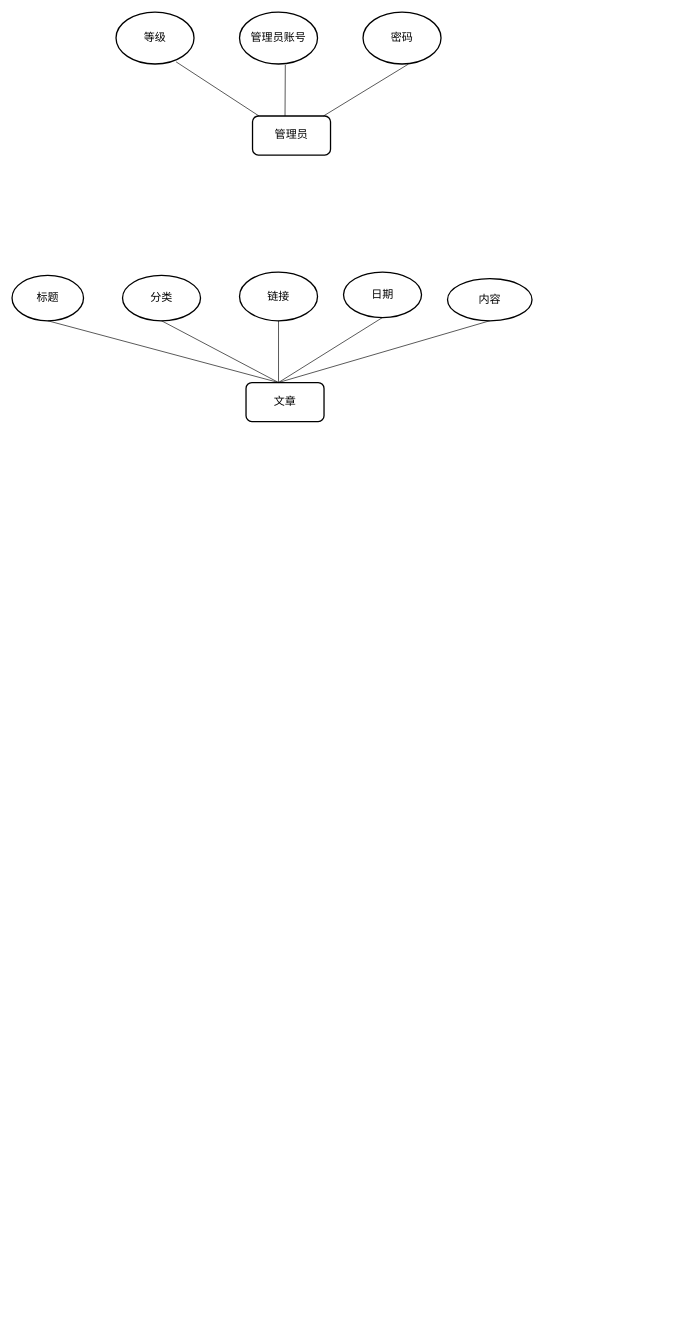
Pengzhenglong/Drawio keeps this draw.io diagram as Untitled Diagram.drawio. Above is the earlier version. Source tidied: cells renumbered, new cells numbered last; positions are measured from the earlier drawing's top-left corner, leaving out a move shared by most shapes. Both pictures are drawn from the tidied source at 65%, with x=0, y=0 at pixel (12, 12).
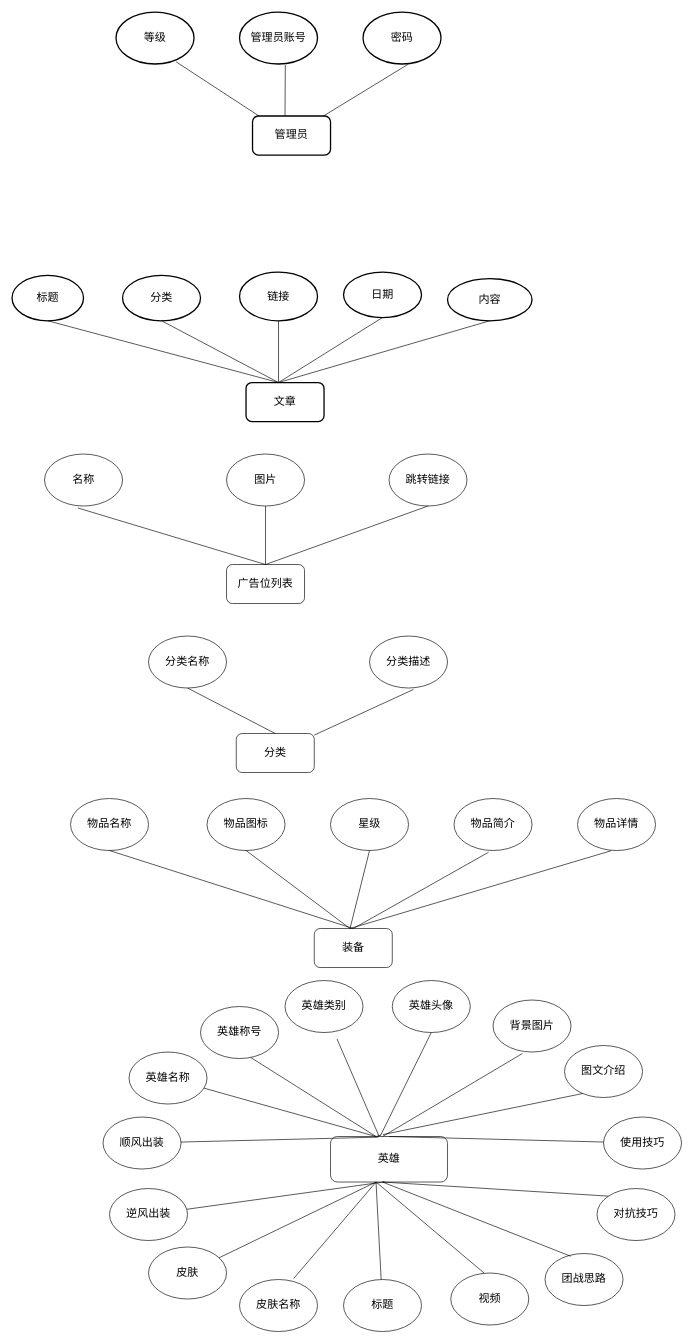
The same page after the edit.

Diff of the diagram source:
```diff
@@
+    <mxCell id="22" value="广告位列表" style="rounded=1;whiteSpace=wrap;html=1;fontSize=17;" parent="1" vertex="1">
+      <mxGeometry x="330" y="850" width="120" height="60" as="geometry" />
+    </mxCell>
+    <mxCell id="23" value="名称" style="ellipse;whiteSpace=wrap;html=1;fontSize=17;" parent="1" vertex="1">
+      <mxGeometry x="50" y="680" width="120" height="80" as="geometry" />
+    </mxCell>
+    <mxCell id="24" value="图片" style="ellipse;whiteSpace=wrap;html=1;fontSize=17;" parent="1" vertex="1">
+      <mxGeometry x="330" y="680" width="120" height="80" as="geometry" />
+    </mxCell>
+    <mxCell id="25" value="跳转链接" style="ellipse;whiteSpace=wrap;html=1;fontSize=17;" parent="1" vertex="1">
+      <mxGeometry x="580" y="680" width="120" height="80" as="geometry" />
+    </mxCell>
+    <mxCell id="26" value="分类" style="rounded=1;whiteSpace=wrap;html=1;fontSize=17;" parent="1" vertex="1">
+      <mxGeometry x="345" y="1110" width="120" height="60" as="geometry" />
+    </mxCell>
+    <mxCell id="27" value="分类名称" style="ellipse;whiteSpace=wrap;html=1;fontSize=17;" parent="1" vertex="1">
+      <mxGeometry x="210" y="960" width="120" height="80" as="geometry" />
+    </mxCell>
+    <mxCell id="28" value="分类描述" style="ellipse;whiteSpace=wrap;html=1;fontSize=17;" parent="1" vertex="1">
+      <mxGeometry x="550" y="960" width="120" height="80" as="geometry" />
+    </mxCell>
+    <mxCell id="29" value="装备" style="rounded=1;whiteSpace=wrap;html=1;fontSize=17;" parent="1" vertex="1">
+      <mxGeometry x="465" y="1410" width="120" height="60" as="geometry" />
+    </mxCell>
+    <mxCell id="30" value="物品名称" style="ellipse;whiteSpace=wrap;html=1;fontSize=17;" parent="1" vertex="1">
+      <mxGeometry x="90" y="1210" width="120" height="80" as="geometry" />
+    </mxCell>
+    <mxCell id="31" value="物品图标" style="ellipse;whiteSpace=wrap;html=1;fontSize=17;" parent="1" vertex="1">
+      <mxGeometry x="300" y="1210" width="120" height="80" as="geometry" />
+    </mxCell>
+    <mxCell id="32" value="星级" style="ellipse;whiteSpace=wrap;html=1;fontSize=17;" parent="1" vertex="1">
+      <mxGeometry x="490" y="1210" width="120" height="80" as="geometry" />
+    </mxCell>
+    <mxCell id="33" value="物品简介" style="ellipse;whiteSpace=wrap;html=1;fontSize=17;" parent="1" vertex="1">
+      <mxGeometry x="680" y="1210" width="120" height="80" as="geometry" />
+    </mxCell>
+    <mxCell id="34" value="物品详情" style="ellipse;whiteSpace=wrap;html=1;fontSize=17;" parent="1" vertex="1">
+      <mxGeometry x="870" y="1210" width="120" height="80" as="geometry" />
+    </mxCell>
+    <mxCell id="35" value="英雄" style="rounded=1;whiteSpace=wrap;html=1;fontSize=17;" parent="1" vertex="1">
+      <mxGeometry x="490" y="1730" width="180" height="70" as="geometry" />
+    </mxCell>
+    <mxCell id="36" style="endArrow=none;html=1;rounded=0;exitX=0.5;exitY=0;exitDx=0;exitDy=0;entryX=0.427;entryY=1.037;entryDx=0;entryDy=0;entryPerimeter=0;fontSize=17;" parent="1" edge="1" source="22" target="23">
+      <mxGeometry relative="1" as="geometry" />
+    </mxCell>
+    <mxCell id="37" style="endArrow=none;html=1;rounded=0;exitX=0.5;exitY=0;exitDx=0;exitDy=0;fontSize=17;" parent="1" edge="1" source="22" target="24">
+      <mxGeometry relative="1" as="geometry" />
+    </mxCell>
+    <mxCell id="38" style="endArrow=none;html=1;rounded=0;entryX=0.5;entryY=1;entryDx=0;entryDy=0;fontSize=17;" parent="1" edge="1" target="25">
+      <mxGeometry relative="1" as="geometry">
+        <mxPoint x="390" y="850" as="sourcePoint" />
+      </mxGeometry>
+    </mxCell>
+    <mxCell id="39" style="endArrow=none;html=1;rounded=0;exitX=0.5;exitY=0;exitDx=0;exitDy=0;entryX=0.5;entryY=1;entryDx=0;entryDy=0;fontSize=17;" parent="1" edge="1" source="26" target="27">
+      <mxGeometry relative="1" as="geometry" />
+    </mxCell>
+    <mxCell id="40" style="endArrow=none;html=1;rounded=0;entryX=0.563;entryY=1.028;entryDx=0;entryDy=0;entryPerimeter=0;fontSize=17;" parent="1" edge="1" source="26" target="28">
+      <mxGeometry relative="1" as="geometry" />
+    </mxCell>
+    <mxCell id="41" style="endArrow=none;html=1;rounded=0;exitX=0.5;exitY=0;exitDx=0;exitDy=0;entryX=0.5;entryY=1;entryDx=0;entryDy=0;fontSize=17;" parent="1" edge="1" source="29" target="30">
+      <mxGeometry relative="1" as="geometry" />
+    </mxCell>
+    <mxCell id="42" style="endArrow=none;html=1;rounded=0;entryX=0.5;entryY=1;entryDx=0;entryDy=0;fontSize=17;" parent="1" edge="1" target="31">
+      <mxGeometry relative="1" as="geometry">
+        <mxPoint x="520" y="1410" as="sourcePoint" />
+      </mxGeometry>
+    </mxCell>
+    <mxCell id="43" style="endArrow=none;html=1;rounded=0;entryX=0.5;entryY=1;entryDx=0;entryDy=0;fontSize=17;" parent="1" edge="1" target="32">
+      <mxGeometry relative="1" as="geometry">
+        <mxPoint x="520" y="1410" as="sourcePoint" />
+      </mxGeometry>
+    </mxCell>
+    <mxCell id="44" style="endArrow=none;html=1;rounded=0;exitX=0.5;exitY=0;exitDx=0;exitDy=0;entryX=0.443;entryY=1.033;entryDx=0;entryDy=0;entryPerimeter=0;fontSize=17;" parent="1" edge="1" source="29" target="33">
+      <mxGeometry relative="1" as="geometry" />
+    </mxCell>
+    <mxCell id="45" style="endArrow=none;html=1;rounded=0;entryX=0.433;entryY=1.003;entryDx=0;entryDy=0;entryPerimeter=0;fontSize=17;" parent="1" edge="1" target="34">
+      <mxGeometry relative="1" as="geometry">
+        <mxPoint x="520" y="1410" as="sourcePoint" />
+      </mxGeometry>
+    </mxCell>
+    <mxCell id="46" value="英雄名称" style="ellipse;whiteSpace=wrap;html=1;fontSize=17;" parent="1" vertex="1">
+      <mxGeometry x="180" y="1600" width="120" height="80" as="geometry" />
+    </mxCell>
+    <mxCell id="47" value="英雄称号" style="ellipse;whiteSpace=wrap;html=1;fontSize=17;" parent="1" vertex="1">
+      <mxGeometry x="290" y="1530" width="120" height="80" as="geometry" />
+    </mxCell>
+    <mxCell id="48" value="英雄类别" style="ellipse;whiteSpace=wrap;html=1;fontSize=17;" parent="1" vertex="1">
+      <mxGeometry x="420" y="1490" width="120" height="80" as="geometry" />
+    </mxCell>
+    <mxCell id="49" value="英雄头像" style="ellipse;whiteSpace=wrap;html=1;fontSize=17;" parent="1" vertex="1">
+      <mxGeometry x="585" y="1490" width="120" height="80" as="geometry" />
+    </mxCell>
+    <mxCell id="50" value="背景图片" style="ellipse;whiteSpace=wrap;html=1;fontSize=17;" parent="1" vertex="1">
+      <mxGeometry x="740" y="1520" width="120" height="80" as="geometry" />
+    </mxCell>
+    <mxCell id="51" value="图文介绍" style="ellipse;whiteSpace=wrap;html=1;fontSize=17;" parent="1" vertex="1">
+      <mxGeometry x="850" y="1590" width="120" height="80" as="geometry" />
+    </mxCell>
+    <mxCell id="52" value="皮肤" style="ellipse;whiteSpace=wrap;html=1;fontSize=17;" parent="1" vertex="1">
+      <mxGeometry x="210" y="1900" width="120" height="80" as="geometry" />
+    </mxCell>
+    <mxCell id="53" value="皮肤名称" style="ellipse;whiteSpace=wrap;html=1;fontSize=17;" parent="1" vertex="1">
+      <mxGeometry x="350" y="1950" width="120" height="80" as="geometry" />
+    </mxCell>
+    <mxCell id="54" value="标题" style="ellipse;whiteSpace=wrap;html=1;fontSize=17;" parent="1" vertex="1">
+      <mxGeometry x="510" y="1950" width="120" height="80" as="geometry" />
+    </mxCell>
+    <mxCell id="55" value="视频" style="ellipse;whiteSpace=wrap;html=1;fontSize=17;" parent="1" vertex="1">
+      <mxGeometry x="675" y="1940" width="120" height="80" as="geometry" />
+    </mxCell>
+    <mxCell id="56" value="顺风出装" style="ellipse;whiteSpace=wrap;html=1;fontSize=17;" parent="1" vertex="1">
+      <mxGeometry x="140" y="1700" width="120" height="80" as="geometry" />
+    </mxCell>
+    <mxCell id="57" value="逆风出装" style="ellipse;whiteSpace=wrap;html=1;fontSize=17;" parent="1" vertex="1">
+      <mxGeometry x="150" y="1810" width="120" height="80" as="geometry" />
+    </mxCell>
+    <mxCell id="58" value="使用技巧" style="ellipse;whiteSpace=wrap;html=1;fontSize=17;" parent="1" vertex="1">
+      <mxGeometry x="910" y="1700" width="120" height="80" as="geometry" />
+    </mxCell>
+    <mxCell id="59" value="对抗技巧" style="ellipse;whiteSpace=wrap;html=1;fontSize=17;" parent="1" vertex="1">
+      <mxGeometry x="900" y="1810" width="120" height="80" as="geometry" />
+    </mxCell>
+    <mxCell id="60" value="团战思路" style="ellipse;whiteSpace=wrap;html=1;fontSize=17;" parent="1" vertex="1">
+      <mxGeometry x="820" y="1910" width="120" height="80" as="geometry" />
+    </mxCell>
+    <mxCell id="61" style="endArrow=none;html=1;rounded=0;fontSize=17;" parent="1" edge="1" source="35">
+      <mxGeometry relative="1" as="geometry">
+        <mxPoint x="500" y="1580" as="targetPoint" />
+      </mxGeometry>
+    </mxCell>
+    <mxCell id="62" style="endArrow=none;html=1;rounded=0;fontSize=17;entryX=0.5;entryY=1;entryDx=0;entryDy=0;exitX=0.427;exitY=-0.02;exitDx=0;exitDy=0;exitPerimeter=0;" parent="1" edge="1" source="35" target="49">
+      <mxGeometry relative="1" as="geometry" />
+    </mxCell>
+    <mxCell id="63" style="endArrow=none;html=1;rounded=0;fontSize=17;entryX=0.377;entryY=1.028;entryDx=0;entryDy=0;entryPerimeter=0;" parent="1" edge="1" target="50">
+      <mxGeometry relative="1" as="geometry">
+        <mxPoint x="570" y="1730" as="sourcePoint" />
+      </mxGeometry>
+    </mxCell>
+    <mxCell id="64" style="endArrow=none;html=1;rounded=0;fontSize=17;exitX=0.647;exitY=0.983;exitDx=0;exitDy=0;exitPerimeter=0;" parent="1" edge="1" source="47">
+      <mxGeometry relative="1" as="geometry">
+        <mxPoint x="560" y="1730" as="targetPoint" />
+      </mxGeometry>
+    </mxCell>
+    <mxCell id="65" style="endArrow=none;html=1;rounded=0;fontSize=17;entryX=0.431;entryY=-0.031;entryDx=0;entryDy=0;entryPerimeter=0;" parent="1" edge="1" source="46" target="35">
+      <mxGeometry relative="1" as="geometry">
+        <Array as="points">
+          <mxPoint x="560" y="1730" />
+        </Array>
+      </mxGeometry>
+    </mxCell>
+    <mxCell id="66" style="endArrow=none;html=1;rounded=0;fontSize=17;entryX=0.409;entryY=0.014;entryDx=0;entryDy=0;entryPerimeter=0;" parent="1" edge="1" source="56" target="35">
+      <mxGeometry relative="1" as="geometry" />
+    </mxCell>
+    <mxCell id="67" style="endArrow=none;html=1;rounded=0;fontSize=17;entryX=0.462;entryY=0.997;entryDx=0;entryDy=0;entryPerimeter=0;" parent="1" edge="1" source="57" target="35">
+      <mxGeometry relative="1" as="geometry" />
+    </mxCell>
+    <mxCell id="68" style="endArrow=none;html=1;rounded=0;fontSize=17;" parent="1" edge="1" source="52">
+      <mxGeometry relative="1" as="geometry">
+        <mxPoint x="560" y="1800" as="targetPoint" />
+      </mxGeometry>
+    </mxCell>
+    <mxCell id="69" style="endArrow=none;html=1;rounded=0;fontSize=17;exitX=0.693;exitY=-0.017;exitDx=0;exitDy=0;exitPerimeter=0;" parent="1" edge="1" source="53">
+      <mxGeometry relative="1" as="geometry">
+        <mxPoint x="560" y="1800" as="targetPoint" />
+      </mxGeometry>
+    </mxCell>
+    <mxCell id="70" style="endArrow=none;html=1;rounded=0;fontSize=17;" parent="1" edge="1" target="54">
+      <mxGeometry relative="1" as="geometry">
+        <mxPoint x="560" y="1800" as="sourcePoint" />
+      </mxGeometry>
+    </mxCell>
+    <mxCell id="71" style="endArrow=none;html=1;rounded=0;fontSize=17;entryX=0.425;entryY=-0.002;entryDx=0;entryDy=0;entryPerimeter=0;" parent="1" edge="1" target="55">
+      <mxGeometry relative="1" as="geometry">
+        <mxPoint x="560" y="1800" as="sourcePoint" />
+      </mxGeometry>
+    </mxCell>
+    <mxCell id="72" style="endArrow=none;html=1;rounded=0;fontSize=17;entryX=0.33;entryY=0.053;entryDx=0;entryDy=0;entryPerimeter=0;" parent="1" edge="1" target="60">
+      <mxGeometry relative="1" as="geometry">
+        <mxPoint x="570" y="1800" as="sourcePoint" />
+      </mxGeometry>
+    </mxCell>
+    <mxCell id="73" style="endArrow=none;html=1;rounded=0;fontSize=17;entryX=0;entryY=0;entryDx=0;entryDy=0;" parent="1" edge="1" target="59">
+      <mxGeometry relative="1" as="geometry">
+        <mxPoint x="570" y="1800" as="sourcePoint" />
+      </mxGeometry>
+    </mxCell>
+    <mxCell id="74" style="endArrow=none;html=1;rounded=0;fontSize=17;entryX=0.233;entryY=0.923;entryDx=0;entryDy=0;entryPerimeter=0;exitX=0.449;exitY=-0.043;exitDx=0;exitDy=0;exitPerimeter=0;" parent="1" edge="1" source="35" target="51">
+      <mxGeometry relative="1" as="geometry" />
+    </mxCell>
+    <mxCell id="75" style="endArrow=none;html=1;rounded=0;fontSize=17;exitX=0.5;exitY=0;exitDx=0;exitDy=0;" parent="1" edge="1" source="35" target="58">
+      <mxGeometry relative="1" as="geometry" />
+    </mxCell>
```
